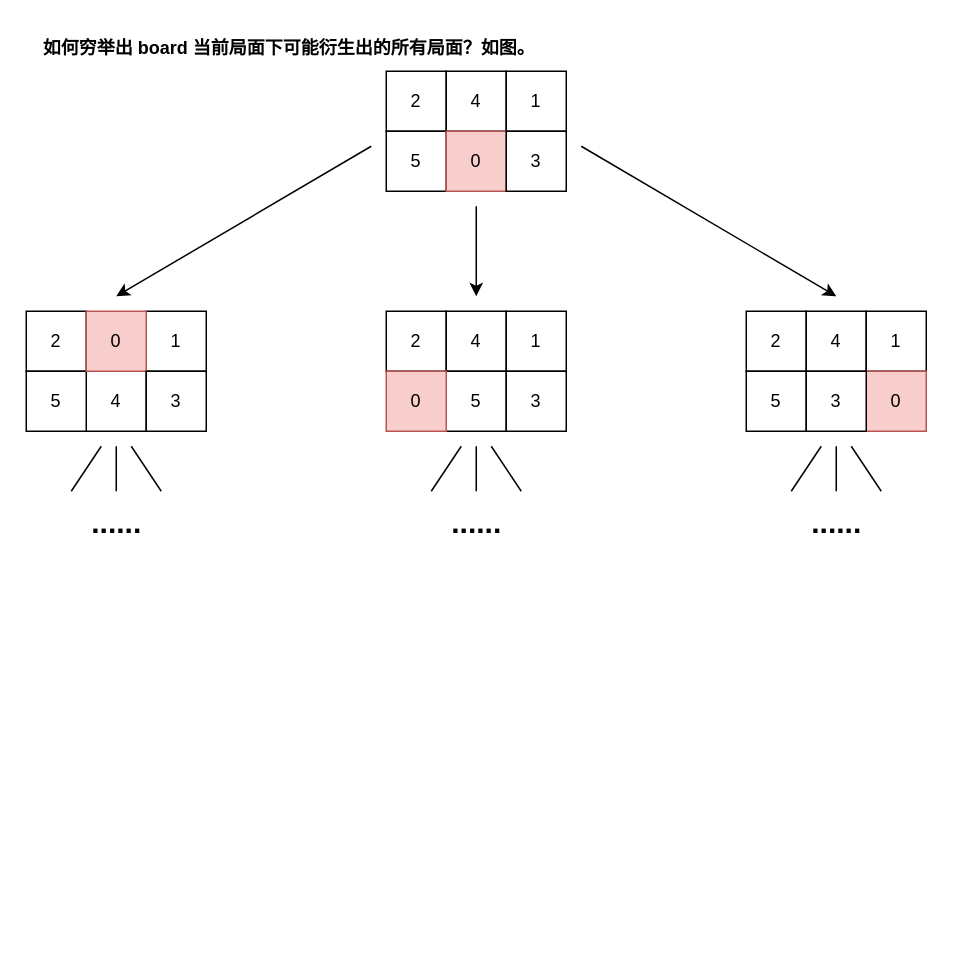
Earlier version of the draw.io diagram page "Day21.BFS-算法秒杀各种益智游戏" (6 of 6) of algorithm.drawio (djsz3y/algorithm-labuladong). Source tidied: cells renumbered, new cells numbered last; positions are measured from the earlier drawing's top-left corner, leaving out a move shared by most shapes. Both pictures are drawn from the tidied source at 150%, with x=0, y=0 at pixel (26, 26).
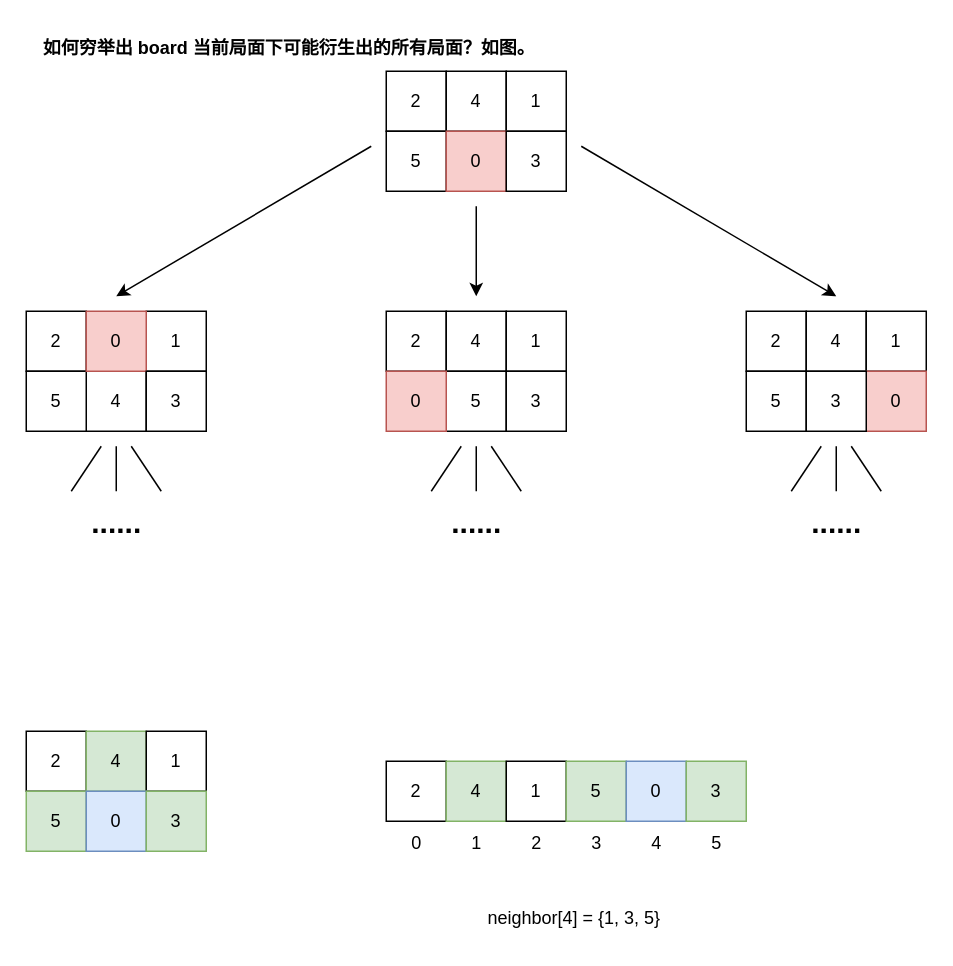
After the change.

What changed in the source:
```diff
@@
+    <mxCell id="44" style="group;" parent="1" vertex="1">
+      <mxGeometry y="470" width="480" height="140" as="geometry" />
+    </mxCell>
+    <mxCell id="45" value="2" style="rounded=0;whiteSpace=wrap;html=1;glass=0;shadow=0;" parent="44" vertex="1">
+      <mxGeometry width="40" height="40" as="geometry" />
+    </mxCell>
+    <mxCell id="46" value="4" style="rounded=0;whiteSpace=wrap;html=1;glass=0;shadow=0;fillColor=#d5e8d4;strokeColor=#82b366;" parent="44" vertex="1">
+      <mxGeometry x="40" width="40" height="40" as="geometry" />
+    </mxCell>
+    <mxCell id="47" value="1" style="rounded=0;whiteSpace=wrap;html=1;glass=0;shadow=0;" parent="44" vertex="1">
+      <mxGeometry x="80" width="40" height="40" as="geometry" />
+    </mxCell>
+    <mxCell id="48" value="5" style="rounded=0;whiteSpace=wrap;html=1;glass=0;shadow=0;fillColor=#d5e8d4;strokeColor=#82b366;" parent="44" vertex="1">
+      <mxGeometry y="40" width="40" height="40" as="geometry" />
+    </mxCell>
+    <mxCell id="49" value="0" style="rounded=0;whiteSpace=wrap;html=1;fillColor=#dae8fc;strokeColor=#6c8ebf;glass=0;shadow=0;" parent="44" vertex="1">
+      <mxGeometry x="40" y="40" width="40" height="40" as="geometry" />
+    </mxCell>
+    <mxCell id="50" value="3" style="rounded=0;whiteSpace=wrap;html=1;glass=0;shadow=0;fillColor=#d5e8d4;strokeColor=#82b366;" parent="44" vertex="1">
+      <mxGeometry x="80" y="40" width="40" height="40" as="geometry" />
+    </mxCell>
+    <mxCell id="51" value="2" style="rounded=0;whiteSpace=wrap;html=1;glass=0;shadow=0;" parent="44" vertex="1">
+      <mxGeometry x="240" y="20" width="40" height="40" as="geometry" />
+    </mxCell>
+    <mxCell id="52" value="4" style="rounded=0;whiteSpace=wrap;html=1;glass=0;shadow=0;fillColor=#d5e8d4;strokeColor=#82b366;" parent="44" vertex="1">
+      <mxGeometry x="280" y="20" width="40" height="40" as="geometry" />
+    </mxCell>
+    <mxCell id="53" value="1" style="rounded=0;whiteSpace=wrap;html=1;glass=0;shadow=0;" parent="44" vertex="1">
+      <mxGeometry x="320" y="20" width="40" height="40" as="geometry" />
+    </mxCell>
+    <mxCell id="54" value="5" style="rounded=0;whiteSpace=wrap;html=1;glass=0;shadow=0;fillColor=#d5e8d4;strokeColor=#82b366;" parent="44" vertex="1">
+      <mxGeometry x="360" y="20" width="40" height="40" as="geometry" />
+    </mxCell>
+    <mxCell id="55" value="0" style="rounded=0;whiteSpace=wrap;html=1;fillColor=#dae8fc;strokeColor=#6c8ebf;glass=0;shadow=0;" parent="44" vertex="1">
+      <mxGeometry x="400" y="20" width="40" height="40" as="geometry" />
+    </mxCell>
+    <mxCell id="56" value="3" style="rounded=0;whiteSpace=wrap;html=1;glass=0;shadow=0;fillColor=#d5e8d4;strokeColor=#82b366;" parent="44" vertex="1">
+      <mxGeometry x="440" y="20" width="40" height="40" as="geometry" />
+    </mxCell>
+    <mxCell id="57" value="0" style="text;html=1;align=center;verticalAlign=middle;strokeColor=none;fillColor=none;" parent="44" vertex="1">
+      <mxGeometry x="245" y="60" width="30" height="30" as="geometry" />
+    </mxCell>
+    <mxCell id="58" value="1" style="text;html=1;align=center;verticalAlign=middle;strokeColor=none;fillColor=none;" parent="44" vertex="1">
+      <mxGeometry x="285" y="60" width="30" height="30" as="geometry" />
+    </mxCell>
+    <mxCell id="59" value="2" style="text;html=1;align=center;verticalAlign=middle;strokeColor=none;fillColor=none;" parent="44" vertex="1">
+      <mxGeometry x="325" y="60" width="30" height="30" as="geometry" />
+    </mxCell>
+    <mxCell id="60" value="3" style="text;html=1;align=center;verticalAlign=middle;strokeColor=none;fillColor=none;" parent="44" vertex="1">
+      <mxGeometry x="365" y="60" width="30" height="30" as="geometry" />
+    </mxCell>
+    <mxCell id="61" value="4" style="text;html=1;align=center;verticalAlign=middle;strokeColor=none;fillColor=none;" parent="44" vertex="1">
+      <mxGeometry x="405" y="60" width="30" height="30" as="geometry" />
+    </mxCell>
+    <mxCell id="62" value="5" style="text;html=1;align=center;verticalAlign=middle;strokeColor=none;fillColor=none;" parent="44" vertex="1">
+      <mxGeometry x="445" y="60" width="30" height="30" as="geometry" />
+    </mxCell>
+    <mxCell id="63" value="neighbor[4] = {1, 3, 5}" style="text;html=1;align=center;verticalAlign=middle;strokeColor=none;fillColor=none;" parent="44" vertex="1">
+      <mxGeometry x="295" y="110" width="140" height="30" as="geometry" />
+    </mxCell>
```
